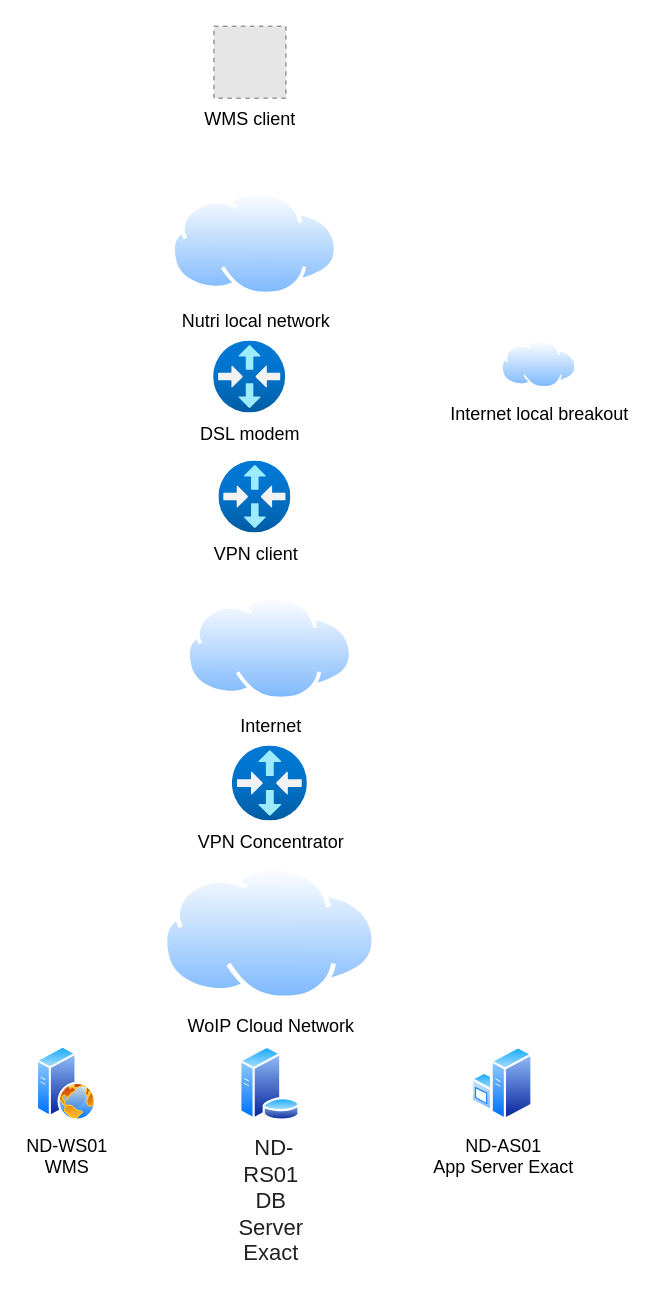
OfficeUnlimited/NutriNetwork keeps this draw.io diagram as Untitled Diagram.drawio. Above is the earlier version. Source tidied: cells renumbered, new cells numbered last; positions are measured from the earlier drawing's top-left corner, leaving out a move shared by most shapes. Both pictures are drawn from the tidied source at 150%, with x=0, y=0 at pixel (36, 26). Pictures stored in the file or linked from it are replaced by grey dashed boxes.
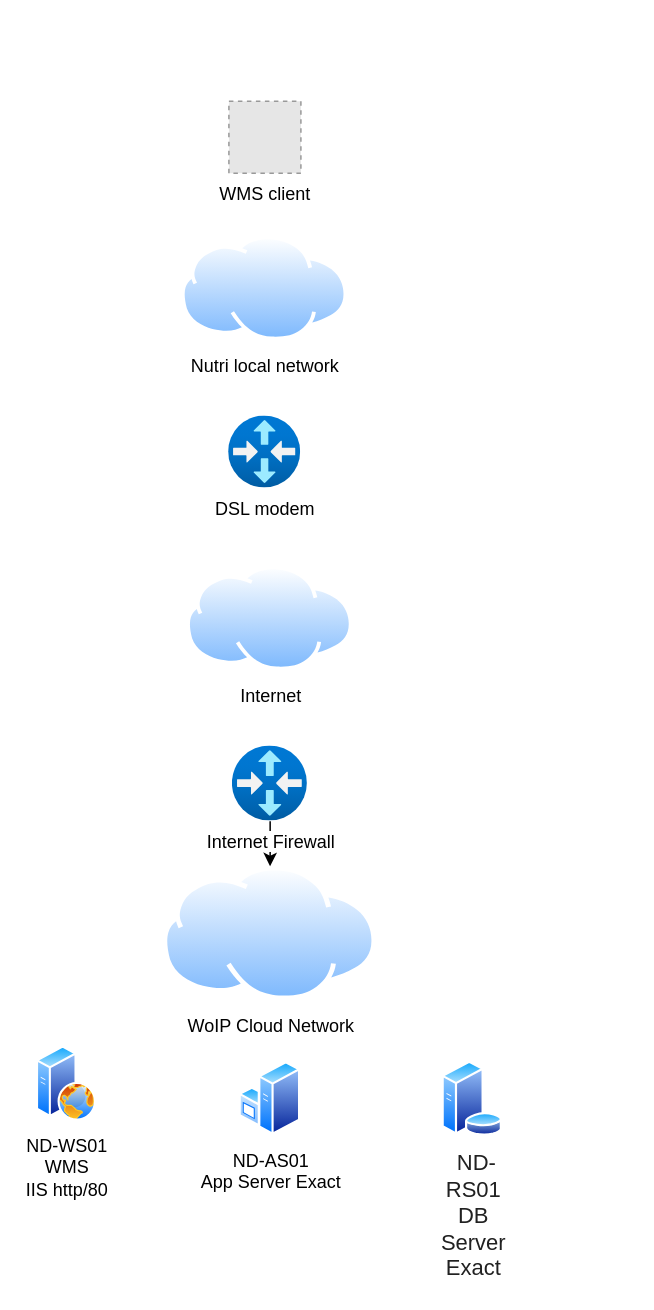
After the change.

Change to the diagram source:
```diff
@@
 <mxGraphModel>
   <root>
     <mxCell id="0" />
     <mxCell id="1" parent="0" />
     <mxCell id="2" value="WoIP Cloud Network" style="image;perimeter=ellipsePerimeter;html=1;align=center;shadow=0;dashed=0;spacingTop=3;image=img/lib/active_directory/internet_cloud.svg;" parent="1" vertex="1">
       <mxGeometry x="84.1" y="560" width="142.9" height="90" as="geometry" />
     </mxCell>
     <mxCell id="3" value="Nutri local network" style="image;perimeter=ellipsePerimeter;html=1;align=center;shadow=0;dashed=0;spacingTop=3;image=img/lib/active_directory/internet_cloud.svg;" parent="1" vertex="1">
-      <mxGeometry x="90" y="110" width="111.1" height="70" as="geometry" />
+      <mxGeometry x="96.5" y="140" width="111.1" height="70" as="geometry" />
     </mxCell>
+    <mxCell id="13" style="edgeStyle=orthogonalEdgeStyle;rounded=0;jettySize=auto;html=1;" parent="1" edge="1" source="4" target="2">
+      <mxGeometry relative="1" as="geometry" />
+    </mxCell>
-    <mxCell id="4" value="VPN Concentrator" style="image;html=1;points=[];align=center;fontSize=12;image=img/lib/azure2/networking/Virtual_Router.svg;" parent="1" vertex="1">
+    <mxCell id="4" value="Internet Firewall" style="image;html=1;points=[];align=center;fontSize=12;image=img/lib/azure2/networking/Virtual_Router.svg;" parent="1" vertex="1">
       <mxGeometry x="130.6" y="480" width="50" height="50" as="geometry" />
     </mxCell>
-    <mxCell id="5" value="VPN client" style="image;html=1;align=center;fontSize=12;image=img/lib/azure2/networking/Virtual_Router.svg;" parent="1" vertex="1">
-      <mxGeometry x="121.6" y="290" width="48" height="48" as="geometry" />
-    </mxCell>
     <mxCell id="6" value="&lt;span style=&quot;color: rgb(33, 33, 33); font-family: Calibri, sans-serif, serif, EmojiFont; font-size: 14.6667px; text-align: start; text-wrap: wrap;&quot;&gt;&amp;nbsp;ND-RS01&lt;/span&gt;&lt;div&gt;&lt;span style=&quot;color: rgb(33, 33, 33); font-family: Calibri, sans-serif, serif, EmojiFont; font-size: 14.6667px; text-align: start; text-wrap: wrap;&quot;&gt;DB Server Exact&lt;/span&gt;&lt;/div&gt;" style="image;perimeter=ellipsePerimeter;html=1;align=center;shadow=0;dashed=0;spacingTop=3;image=img/lib/active_directory/database_server.svg;" parent="1" vertex="1">
-      <mxGeometry x="135.1" y="680" width="41" height="50" as="geometry" />
+      <mxGeometry x="270" y="690" width="41" height="50" as="geometry" />
     </mxCell>
     <mxCell id="7" value="ND-AS01&lt;div&gt;App Server Exact&lt;/div&gt;" style="image;perimeter=ellipsePerimeter;html=1;align=center;shadow=0;dashed=0;spacingTop=3;image=img/lib/active_directory/windows_server.svg;" parent="1" vertex="1">
-      <mxGeometry x="290" y="680" width="41" height="50" as="geometry" />
+      <mxGeometry x="135.1" y="690" width="41" height="50" as="geometry" />
     </mxCell>
-    <mxCell id="8" value="ND-WS01&lt;div&gt;WMS&lt;/div&gt;" style="image;perimeter=ellipsePerimeter;html=1;align=center;shadow=0;dashed=0;spacingTop=3;image=img/lib/active_directory/web_server.svg;" parent="1" vertex="1">
+    <mxCell id="8" value="ND-WS01&lt;div&gt;WMS&lt;/div&gt;&lt;div&gt;IIS http/80&lt;/div&gt;" style="image;perimeter=ellipsePerimeter;html=1;align=center;shadow=0;dashed=0;spacingTop=3;image=img/lib/active_directory/web_server.svg;" parent="1" vertex="1">
       <mxGeometry y="680" width="40" height="50" as="geometry" />
     </mxCell>
     <mxCell id="9" value="WMS client" style="fillColor=#E6E6E6;strokeColor=#999999;dashed=1;html=1;verticalAlign=top;verticalLabelPosition=bottom;labelBackgroundColor=#ffffff;" parent="1" vertex="1">
-      <mxGeometry x="118.1" width="48" height="48" as="geometry" />
+      <mxGeometry x="128.1" y="50" width="48" height="48" as="geometry" />
     </mxCell>
-    <mxCell id="10" value="Internet local breakout" style="image;perimeter=ellipsePerimeter;html=1;align=center;shadow=0;dashed=0;spacingTop=3;image=img/lib/active_directory/internet_cloud.svg;" parent="1" vertex="1">
-      <mxGeometry x="310" y="210" width="50" height="31.5" as="geometry" />
-    </mxCell>
     <mxCell id="11" value="DSL modem" style="image;html=1;align=center;fontSize=12;image=img/lib/azure2/networking/Virtual_Router.svg;" parent="1" vertex="1">
-      <mxGeometry x="118.1" y="210" width="48" height="48" as="geometry" />
+      <mxGeometry x="128.1" y="260" width="48" height="48" as="geometry" />
     </mxCell>
     <mxCell id="12" value="Internet" style="image;perimeter=ellipsePerimeter;html=1;align=center;shadow=0;dashed=0;spacingTop=3;image=img/lib/active_directory/internet_cloud.svg;" parent="1" vertex="1">
-      <mxGeometry x="100" y="380" width="111.1" height="70" as="geometry" />
+      <mxGeometry x="100" y="360" width="111.1" height="70" as="geometry" />
     </mxCell>
   </root>
 </mxGraphModel>
```
